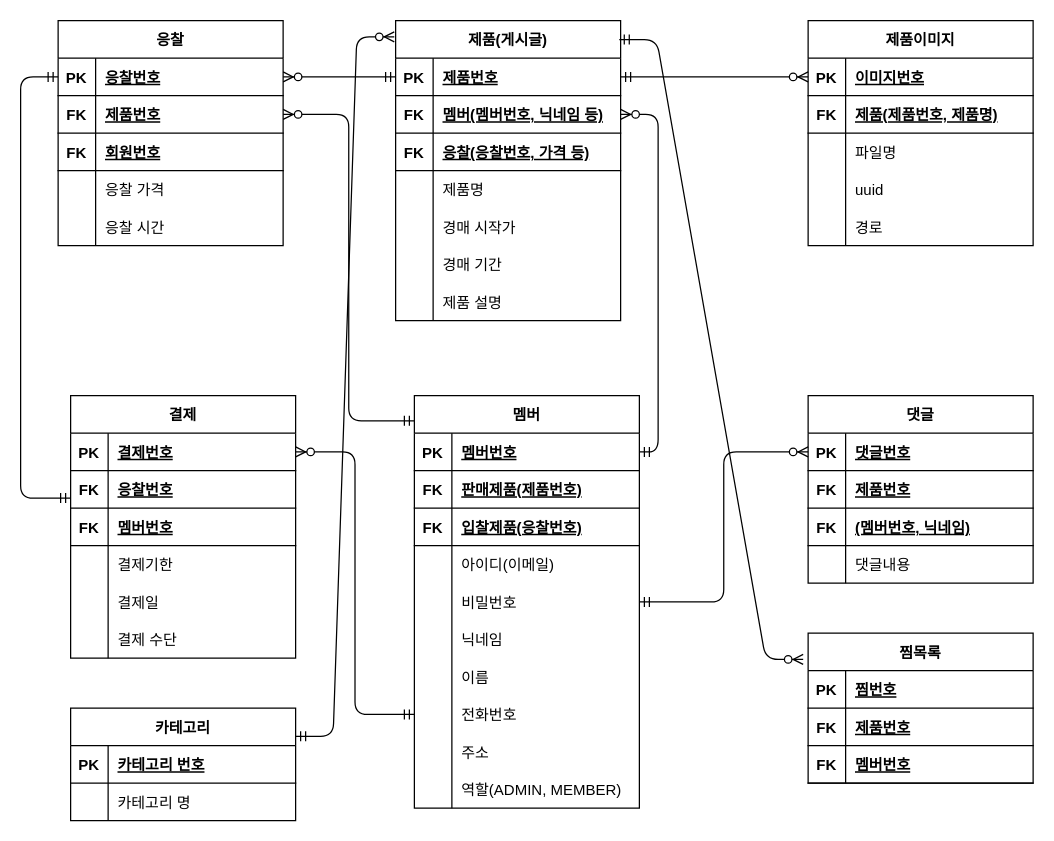
Before: page "Page-1" (1 of 2) of ERD_재인.drawio in Unbbox/auctionarena, a draw.io diagram. Source tidied: cells renumbered, new cells numbered last; positions are measured from the earlier drawing's top-left corner, leaving out a move shared by most shapes. Both pictures are drawn from the tidied source at 125%, with x=0, y=0 at pixel (20, 20).
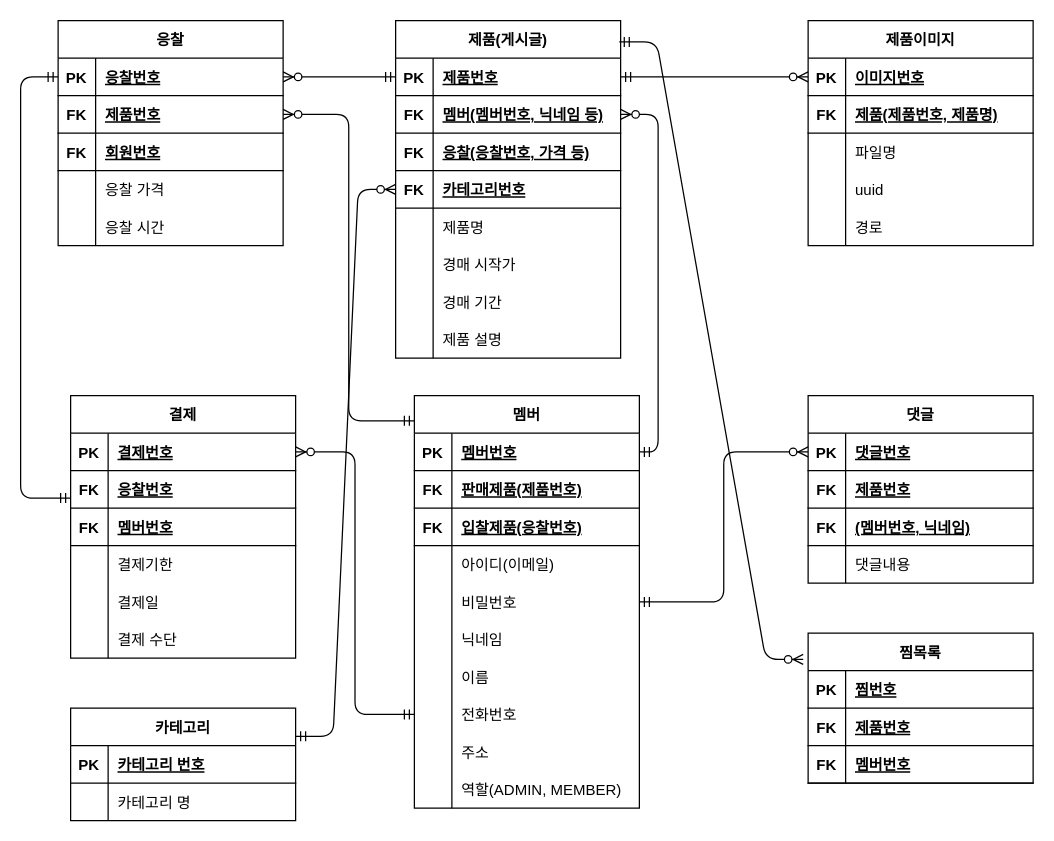
Above is the later version.

Unchanged cells that the change refers to:
```xml
<mxCell id="126" value="카테고리" style="shape=table;startSize=30;childLayout=tableLayout;rowLines=0;fontStyle=1;align=center;" parent="1" vertex="1">
  <mxGeometry x="40" y="550" width="180" height="90" as="geometry" />
</mxCell>
```

The edit, as a diff of the source:
```diff
@@
     <mxCell id="33" value="제품(게시글)" style="shape=table;startSize=30;childLayout=tableLayout;rowLines=0;fontStyle=1;align=center;" parent="1" vertex="1">
-      <mxGeometry x="300" width="180" height="240" as="geometry" />
+      <mxGeometry x="300" width="180" height="270" as="geometry" />
     </mxCell>
@@
+    <mxCell id="145" style="shape=tableRow;horizontal=0;startSize=0;swimlaneHead=0;swimlaneBody=0;fillColor=none;points=[[0,0.5],[1,0.5]];portConstraint=eastwest;top=0;left=0;right=0;bottom=1;" parent="33" vertex="1">
+      <mxGeometry y="120" width="180" height="30" as="geometry" />
+    </mxCell>
+    <mxCell id="146" value="FK" style="shape=partialRectangle;fillColor=none;top=0;left=0;bottom=0;right=0;fontStyle=1;overflow=hidden;" parent="145" vertex="1">
+      <mxGeometry width="30" height="30" as="geometry" />
+    </mxCell>
+    <mxCell id="147" value="카테고리번호" style="shape=partialRectangle;fillColor=none;top=0;left=0;bottom=0;right=0;align=left;spacingLeft=6;fontStyle=5;overflow=hidden;" parent="145" vertex="1">
+      <mxGeometry x="30" width="150" height="30" as="geometry" />
+    </mxCell>
     <mxCell id="43" style="shape=tableRow;horizontal=0;startSize=0;swimlaneHead=0;swimlaneBody=0;fillColor=none;top=0;left=0;right=0;bottom=0;" parent="33" vertex="1">
-      <mxGeometry y="120" width="180" height="30" as="geometry" />
+      <mxGeometry y="150" width="180" height="30" as="geometry" />
     </mxCell>
@@
     <mxCell id="46" style="shape=tableRow;horizontal=0;startSize=0;swimlaneHead=0;swimlaneBody=0;fillColor=none;top=0;left=0;right=0;bottom=0;" parent="33" vertex="1">
-      <mxGeometry y="150" width="180" height="30" as="geometry" />
+      <mxGeometry y="180" width="180" height="30" as="geometry" />
     </mxCell>
@@
     <mxCell id="49" style="shape=tableRow;horizontal=0;startSize=0;swimlaneHead=0;swimlaneBody=0;fillColor=none;top=0;left=0;right=0;bottom=0;" parent="33" vertex="1">
-      <mxGeometry y="180" width="180" height="30" as="geometry" />
+      <mxGeometry y="210" width="180" height="30" as="geometry" />
     </mxCell>
@@
     <mxCell id="52" style="shape=tableRow;horizontal=0;startSize=0;swimlaneHead=0;swimlaneBody=0;fillColor=none;top=0;left=0;right=0;bottom=0;" parent="33" vertex="1">
-      <mxGeometry y="210" width="180" height="30" as="geometry" />
+      <mxGeometry y="240" width="180" height="30" as="geometry" />
     </mxCell>
@@
-    <mxCell id="133" style="edgeStyle=entityRelationEdgeStyle;fontSize=12;html=1;endArrow=ERzeroToMany;startArrow=ERmandOne;exitX=1;exitY=0.25;exitDx=0;exitDy=0;entryX=-0.006;entryY=0.054;entryDx=0;entryDy=0;entryPerimeter=0;" parent="1" edge="1" source="126" target="33">
+    <mxCell id="133" style="edgeStyle=entityRelationEdgeStyle;fontSize=12;html=1;endArrow=ERzeroToMany;startArrow=ERmandOne;exitX=1;exitY=0.25;exitDx=0;exitDy=0;entryX=0;entryY=0.5;entryDx=0;entryDy=0;" parent="1" edge="1" source="126" target="145">
       <mxGeometry relative="1" as="geometry" />
     </mxCell>
```
